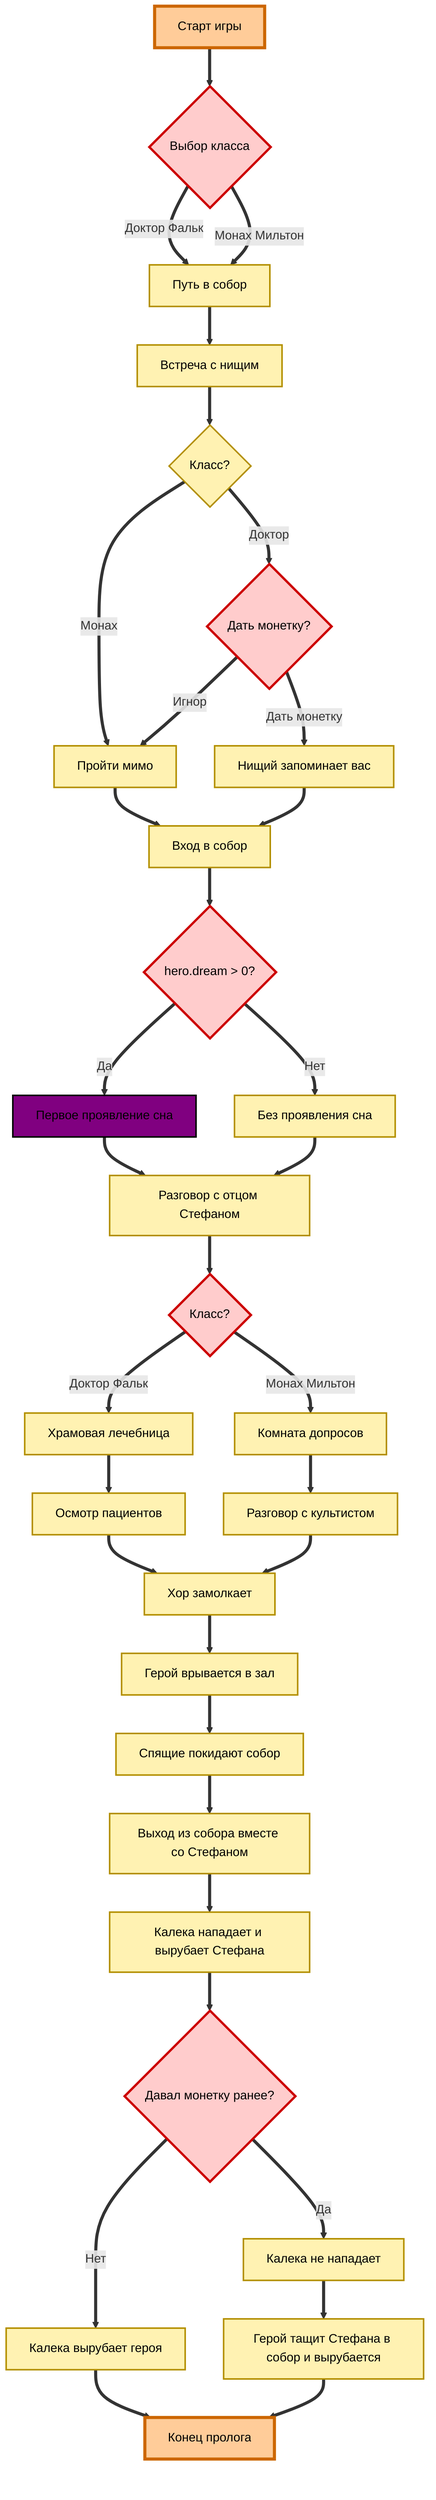
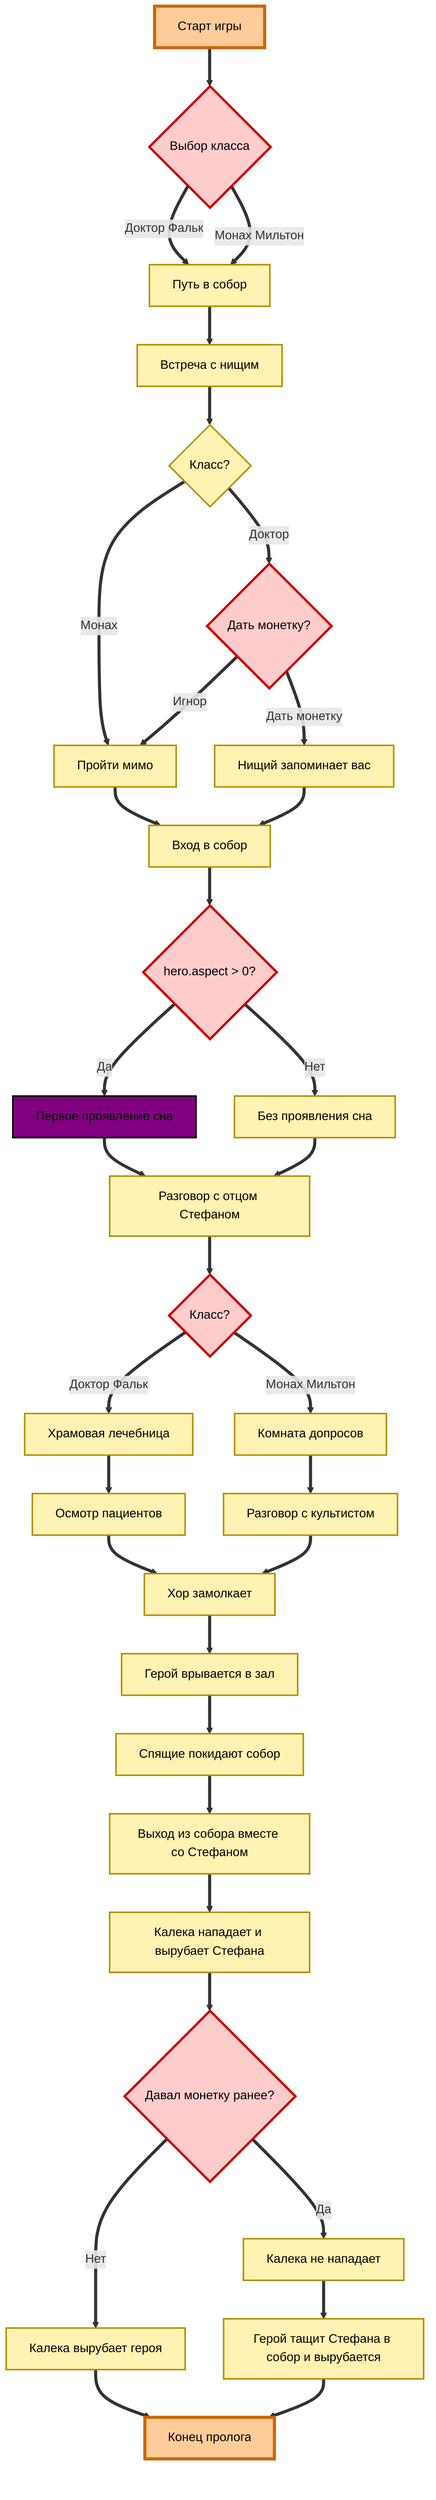
flowchart TD

START[Старт игры] --> B{Выбор класса}

B -->|Доктор Фальк| D
B -->|Монах Мильтон| D

D[Путь в собор]
D --> E[Встреча с нищим]

E --> F{Класс?}

F -->|Монах| G1[Пройти мимо]
F -->|Доктор| H{Дать монетку?}

H -->|Дать монетку| G2[Нищий запоминает вас]
H -->|Игнор| G1[Пройти мимо]

G1 --> I[Вход в собор]
G2 --> I

- I --> J{hero.dream > 0?}
+ I --> J{hero.aspect > 0?}

J -->|Да| K[Первое проявление сна]
J -->|Нет| L[Без проявления сна]

K --> M[Разговор с отцом Стефаном]
L --> M

M --> N{Класс?}

N -->|Доктор Фальк| O[Храмовая лечебница]
N -->|Монах Мильтон| P[Комната допросов]

O --> O1[Осмотр пациентов]
P --> P1[Разговор с культистом]

O1 --> Q[Хор замолкает]
P1 --> Q

Q --> R[Герой врывается в зал]

R --> S[Спящие покидают собор]

S --> T[Выход из собора вместе со Стефаном]

T --> U[Калека нападает и вырубает Стефана]

U --> V{Давал монетку ранее?}

V -->|Да| W1[Калека не нападает]
V -->|Нет| W2[Калека вырубает героя]

W1 --> Y[Герой тащит Стефана в собор и вырубается]
W2 --> END[Конец пролога]
Y --> END[Конец пролога]

class START,END act
class B,F,H,J,N,V condition
class C,C1,C2,D,E,F,G1,G2,G3,I,L,M,O,O1,P,P1,Q,R,S,T,U,W1,Y,W2 neutral
class K dream

classDef act fill:#ffcc99,stroke:#cc6600,stroke-width:4px,color:#000
classDef condition fill:#ffcccc,stroke:#cc0000,stroke-width:3px,color:#000
classDef neutral fill:#fff2b2,stroke:#b38f00,stroke-width:2px,color:#000
classDef dream fill:#800080,stroke:#000,stroke-width:2px,color:#000

linkStyle default stroke-width:4px